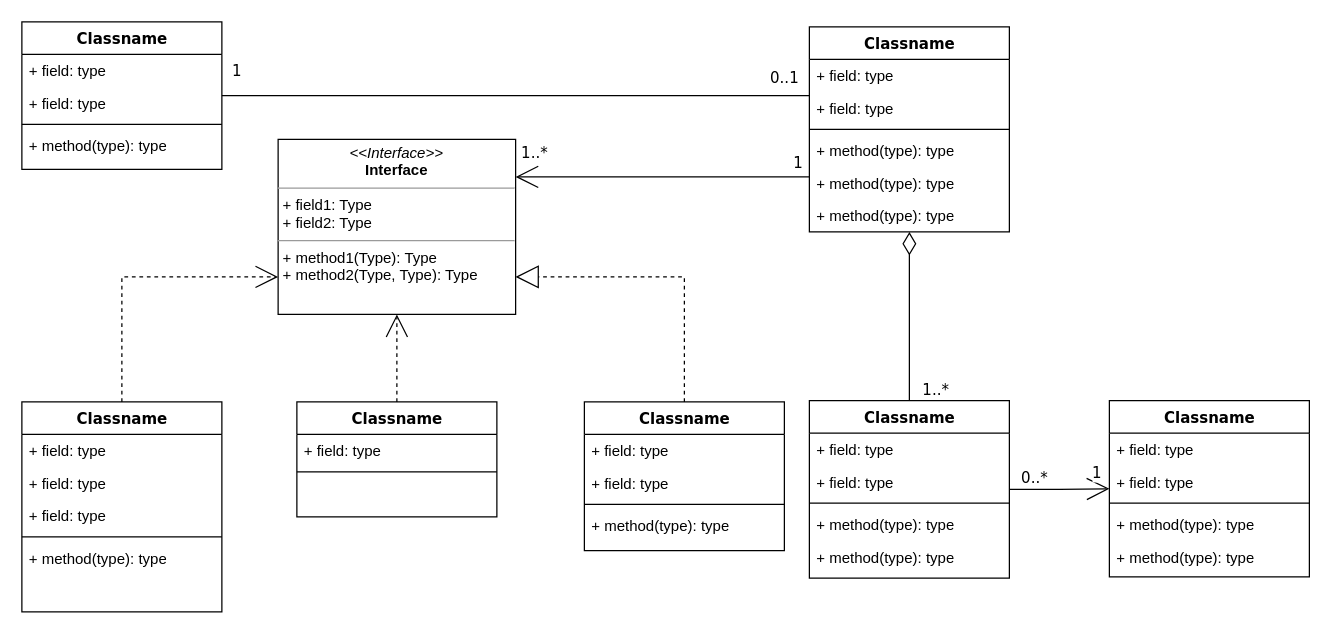
Earlier version of the draw.io diagram 测试绘图.drawio (OwenYao20/note). Source tidied: cells renumbered, new cells numbered last; positions are measured from the earlier drawing's top-left corner, leaving out a move shared by most shapes. Both pictures are drawn from the tidied source at 125%, with x=0, y=0 at pixel (21, 21).
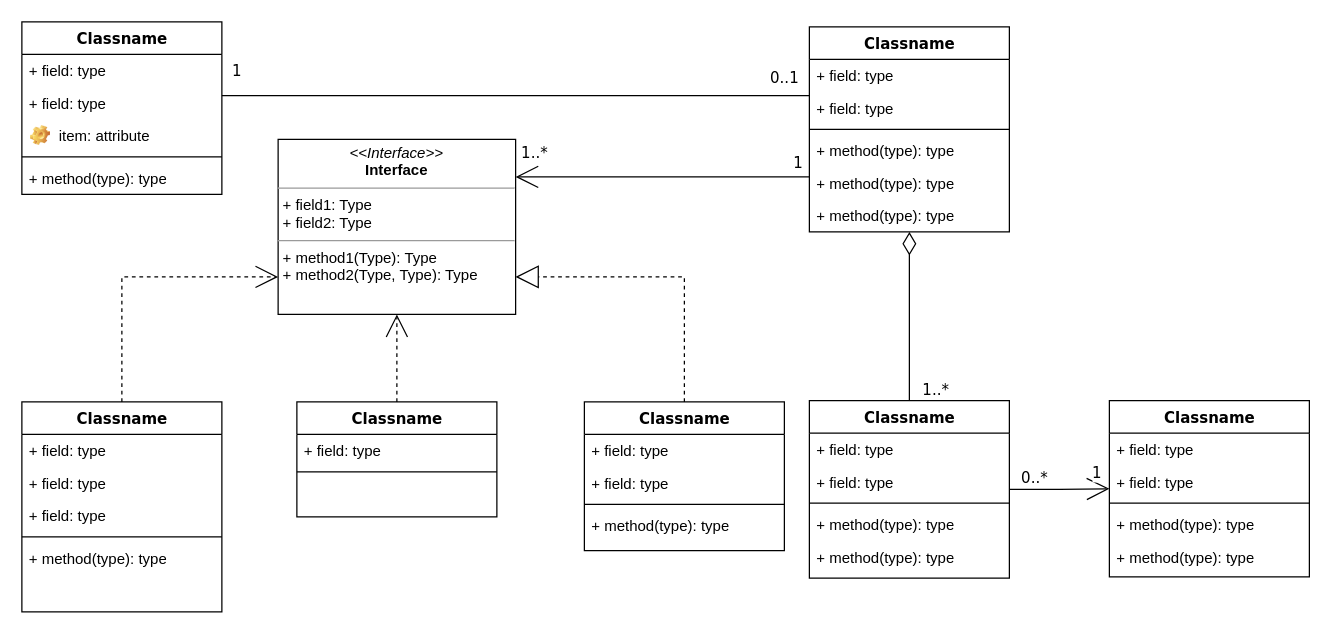
The same page after the edit.

Commit message:
更新测试绘图.drawio

What changed in the source:
```diff
@@
     <mxCell id="9" value="Classname" style="swimlane;html=1;fontStyle=1;align=center;verticalAlign=top;horizontal=1;startSize=26;swimlaneFillColor=#ffffff;rounded=0;shadow=0;comic=0;labelBackgroundColor=none;strokeWidth=1;fillColor=none;fontFamily=Verdana;fontSize=12;" parent="1" vertex="1">
-      <mxGeometry width="160" height="118" as="geometry" />
+      <mxGeometry width="160" height="138" as="geometry" />
     </mxCell>
@@
+    <mxCell id="55" value="item: attribute" style="label;fontStyle=0;strokeColor=none;fillColor=none;align=left;verticalAlign=top;overflow=hidden;spacingLeft=28;spacingRight=4;imageWidth=16;imageHeight=16;whiteSpace=wrap;html=1;image=img/clipart/Gear_128x128.png;" parent="9" vertex="1">
+      <mxGeometry y="78" width="160" height="26" as="geometry" />
+    </mxCell>
     <mxCell id="12" style="line;html=1;strokeWidth=1;fillColor=none;align=left;verticalAlign=middle;spacingTop=-1;spacingLeft=3;spacingRight=3;labelPosition=right;" parent="9" vertex="1">
-      <mxGeometry y="78" width="160" height="8" as="geometry" />
+      <mxGeometry y="104" width="160" height="8" as="geometry" />
     </mxCell>
     <mxCell id="13" value="+ method(type): type" style="text;html=1;strokeColor=none;fillColor=none;align=left;verticalAlign=top;spacingLeft=4;spacingRight=4;whiteSpace=wrap;overflow=hidden;" parent="9" vertex="1">
-      <mxGeometry y="86" width="160" height="26" as="geometry" />
+      <mxGeometry y="112" width="160" height="26" as="geometry" />
     </mxCell>
```
